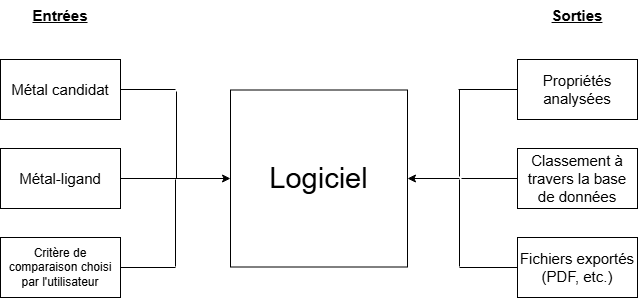
This is GEI299/devoir/Diagramme.png from JEAA2104/Devoirs, a draw.io export, as it was before one commit. Source tidied: cells renumbered, new cells last; positions are measured from the earlier drawing's top-left corner, leaving out a move shared by most shapes.
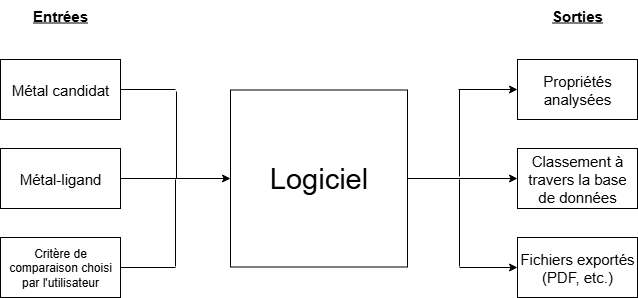
The same file after the commit.

Commit message:
Correction du Diagramme

Change to the diagram source:
```diff
@@ -61,12 +61,12 @@
     <mxCell id="16" value="&lt;font style=&quot;font-size: 15px;&quot;&gt;&lt;u&gt;&lt;b&gt;Sorties&lt;/b&gt;&lt;/u&gt;&lt;/font&gt;" style="text;html=1;align=center;verticalAlign=middle;whiteSpace=wrap;rounded=0;" parent="1" vertex="1">
       <mxGeometry x="547" width="60" height="30" as="geometry" />
     </mxCell>
-    <mxCell id="17" style="endArrow=classic;html=1;rounded=0;entryX=1;entryY=0.5;entryDx=0;entryDy=0;" parent="1" edge="1" target="5">
+    <mxCell id="17" style="endArrow=classic;html=1;rounded=0;entryX=0;entryY=0.5;entryDx=0;entryDy=0;" parent="1" edge="1" target="7">
       <mxGeometry relative="1" as="geometry">
         <mxPoint x="459" y="178" as="sourcePoint" />
       </mxGeometry>
     </mxCell>
-    <mxCell id="18" style="endArrow=none;html=1;rounded=0;entryX=0;entryY=0.5;entryDx=0;entryDy=0;" parent="1" edge="1" target="6">
+    <mxCell id="18" style="endArrow=classic;html=1;rounded=0;entryX=0;entryY=0.5;entryDx=0;entryDy=0;endFill=1;" parent="1" edge="1" target="6">
       <mxGeometry relative="1" as="geometry">
         <mxPoint x="458" y="89" as="sourcePoint" />
       </mxGeometry>
@@ -77,12 +77,12 @@
         <mxPoint x="459" y="176" as="targetPoint" />
       </mxGeometry>
     </mxCell>
-    <mxCell id="20" style="endArrow=none;html=1;rounded=0;entryX=0;entryY=0.5;entryDx=0;entryDy=0;" parent="1" edge="1" target="7">
+    <mxCell id="20" style="endArrow=none;html=1;rounded=0;entryX=1;entryY=0.5;entryDx=0;entryDy=0;" parent="1" edge="1" target="5">
       <mxGeometry relative="1" as="geometry">
         <mxPoint x="461" y="178" as="sourcePoint" />
       </mxGeometry>
     </mxCell>
-    <mxCell id="21" style="endArrow=none;html=1;rounded=0;entryX=0;entryY=0.5;entryDx=0;entryDy=0;" parent="1" edge="1" target="8">
+    <mxCell id="21" style="endArrow=classic;html=1;rounded=0;entryX=0;entryY=0.5;entryDx=0;entryDy=0;endFill=1;" parent="1" edge="1" target="8">
       <mxGeometry relative="1" as="geometry">
         <mxPoint x="459" y="267" as="sourcePoint" />
       </mxGeometry>
```
